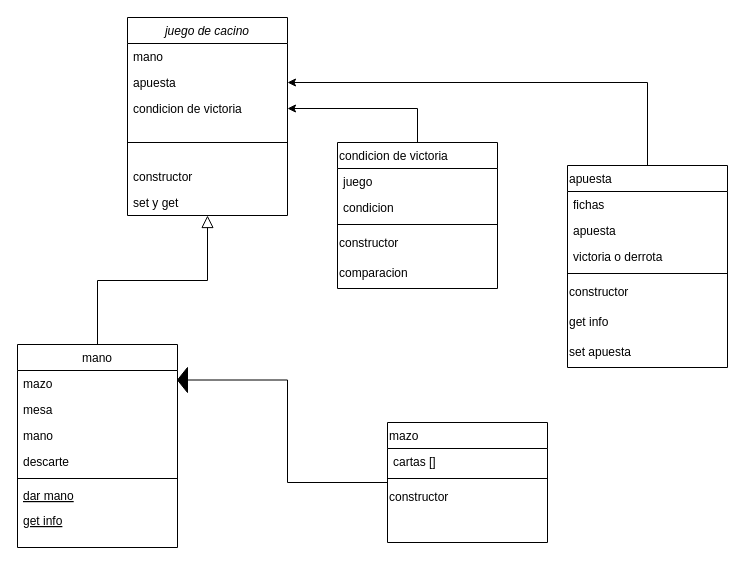
andres-coda/ejercicio_1 keeps this draw.io diagram as src/Diagrama sin título.drawio. Above is the earlier version. Source tidied: cells renumbered, new cells numbered last; positions are measured from the earlier drawing's top-left corner, leaving out a move shared by most shapes. Both pictures are drawn from the tidied source at 100%, with x=0, y=0 at pixel (17, 17).
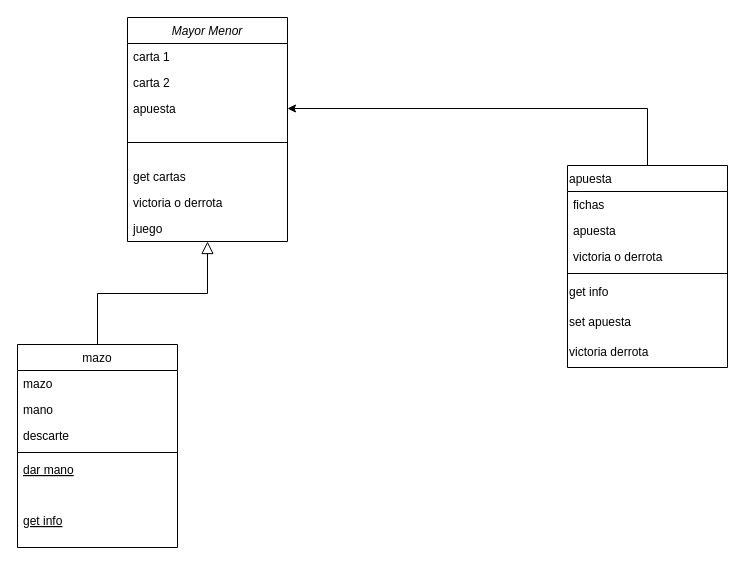
After the change.

Unchanged cells that the change refers to:
```xml
<mxCell id="25" value="apuesta" style="swimlane;fontStyle=0;align=left;verticalAlign=top;horizontal=1;startSize=26;rounded=0;shadow=0;strokeWidth=1;" parent="1" vertex="1">
  <mxGeometry x="550" y="148" width="160" height="202" as="geometry" />
</mxCell>
```

Change to the diagram source:
```diff
@@
-    <mxCell id="2" value="juego de cacino" style="swimlane;fontStyle=2;align=center;verticalAlign=top;horizontal=1;startSize=26;rounded=0;shadow=0;strokeWidth=1;" parent="1" vertex="1">
-      <mxGeometry x="110" width="160" height="198" as="geometry" />
+    <mxCell id="2" value="Mayor Menor" style="swimlane;fontStyle=2;align=center;verticalAlign=top;horizontal=1;startSize=26;rounded=0;shadow=0;strokeWidth=1;" parent="1" vertex="1">
+      <mxGeometry x="110" width="160" height="224" as="geometry" />
     </mxCell>
-    <mxCell id="3" value="mano" style="text;align=left;verticalAlign=top;spacingLeft=4;spacingRight=4;overflow=hidden;rounded=0;shadow=0;html=0;" parent="2" vertex="1">
+    <mxCell id="3" value="carta 1" style="text;align=left;verticalAlign=top;spacingLeft=4;spacingRight=4;overflow=hidden;rounded=0;shadow=0;html=0;" parent="2" vertex="1">
       <mxGeometry y="26" width="160" height="26" as="geometry" />
     </mxCell>
-    <mxCell id="4" value="apuesta" style="text;align=left;verticalAlign=top;spacingLeft=4;spacingRight=4;overflow=hidden;points=[[0,0.5],[1,0.5]];portConstraint=eastwest;rounded=0;shadow=0;html=0;" parent="2" vertex="1">
+    <mxCell id="4" value="carta 2" style="text;align=left;verticalAlign=top;spacingLeft=4;spacingRight=4;overflow=hidden;points=[[0,0.5],[1,0.5]];portConstraint=eastwest;rounded=0;shadow=0;html=0;" parent="2" vertex="1">
       <mxGeometry y="52" width="160" height="26" as="geometry" />
     </mxCell>
-    <mxCell id="5" value="condicion de victoria" style="text;align=left;verticalAlign=top;spacingLeft=4;spacingRight=4;overflow=hidden;points=[[0,0.5],[1,0.5]];portConstraint=eastwest;rounded=0;shadow=0;html=0;" parent="2" vertex="1">
+    <mxCell id="5" value="apuesta" style="text;align=left;verticalAlign=top;spacingLeft=4;spacingRight=4;overflow=hidden;points=[[0,0.5],[1,0.5]];portConstraint=eastwest;rounded=0;shadow=0;html=0;" parent="2" vertex="1">
       <mxGeometry y="78" width="160" height="26" as="geometry" />
     </mxCell>
@@
+    <mxCell id="40" value="get cartas" style="text;align=left;verticalAlign=top;spacingLeft=4;spacingRight=4;overflow=hidden;" parent="2" vertex="1">
+      <mxGeometry y="146" width="160" height="26" as="geometry" />
+    </mxCell>
-    <mxCell id="7" value="constructor&#10;" style="text;align=left;verticalAlign=top;spacingLeft=4;spacingRight=4;overflow=hidden;" parent="2" vertex="1">
-      <mxGeometry y="146" width="160" height="26" as="geometry" />
+    <mxCell id="7" value="victoria o derrota" style="text;align=left;verticalAlign=top;spacingLeft=4;spacingRight=4;overflow=hidden;" parent="2" vertex="1">
+      <mxGeometry y="172" width="160" height="26" as="geometry" />
     </mxCell>
-    <mxCell id="8" value="set y get" style="text;align=left;verticalAlign=top;spacingLeft=4;spacingRight=4;overflow=hidden;" parent="2" vertex="1">
-      <mxGeometry y="172" width="160" height="26" as="geometry" />
+    <mxCell id="8" value="juego" style="text;align=left;verticalAlign=top;spacingLeft=4;spacingRight=4;overflow=hidden;" parent="2" vertex="1">
+      <mxGeometry y="198" width="160" height="26" as="geometry" />
     </mxCell>
-    <mxCell id="9" value="mano" style="swimlane;fontStyle=0;align=center;verticalAlign=top;horizontal=1;startSize=26;rounded=0;shadow=0;strokeWidth=1;" parent="1" vertex="1">
+    <mxCell id="9" value="mazo" style="swimlane;fontStyle=0;align=center;verticalAlign=top;horizontal=1;startSize=26;rounded=0;shadow=0;strokeWidth=1;" parent="1" vertex="1">
       <mxGeometry y="327" width="160" height="203" as="geometry" />
     </mxCell>
@@
-    <mxCell id="11" value="mesa" style="text;align=left;verticalAlign=top;spacingLeft=4;spacingRight=4;overflow=hidden;rounded=0;shadow=0;html=0;" parent="9" vertex="1">
-      <mxGeometry y="52" width="160" height="26" as="geometry" />
-    </mxCell>
     <mxCell id="12" value="mano" style="text;align=left;verticalAlign=top;spacingLeft=4;spacingRight=4;overflow=hidden;rounded=0;shadow=0;html=0;" parent="9" vertex="1">
-      <mxGeometry y="78" width="160" height="26" as="geometry" />
+      <mxGeometry y="52" width="160" height="26" as="geometry" />
     </mxCell>
     <mxCell id="13" value="descarte" style="text;align=left;verticalAlign=top;spacingLeft=4;spacingRight=4;overflow=hidden;rounded=0;shadow=0;html=0;" parent="9" vertex="1">
-      <mxGeometry y="104" width="160" height="26" as="geometry" />
+      <mxGeometry y="78" width="160" height="26" as="geometry" />
     </mxCell>
     <mxCell id="14" style="line;html=1;strokeWidth=1;align=left;verticalAlign=middle;spacingTop=-1;spacingLeft=3;spacingRight=3;labelPosition=right;" parent="9" vertex="1">
-      <mxGeometry y="130" width="160" height="8" as="geometry" />
+      <mxGeometry y="104" width="160" height="8" as="geometry" />
     </mxCell>
     <mxCell id="15" value="dar mano" style="text;align=left;verticalAlign=top;spacingLeft=4;spacingRight=4;overflow=hidden;fontStyle=4;" parent="9" vertex="1">
-      <mxGeometry y="138" width="160" height="26" as="geometry" />
+      <mxGeometry y="112" width="160" height="26" as="geometry" />
     </mxCell>
@@
-    <mxCell id="17" value="mazo" style="swimlane;fontStyle=0;align=left;verticalAlign=top;horizontal=1;startSize=26;rounded=0;shadow=0;strokeWidth=1;" parent="1" vertex="1">
-      <mxGeometry x="370" y="405" width="160" height="120" as="geometry" />
-    </mxCell>
-    <mxCell id="18" value="cartas []" style="text;align=left;verticalAlign=top;spacingLeft=4;spacingRight=4;overflow=hidden;" parent="17" vertex="1">
-      <mxGeometry y="26" width="160" height="26" as="geometry" />
-    </mxCell>
-    <mxCell id="19" style="line;html=1;strokeWidth=1;align=left;verticalAlign=middle;spacingTop=-1;spacingLeft=3;spacingRight=3;labelPosition=right;" parent="17" vertex="1">
-      <mxGeometry y="52" width="160" height="8" as="geometry" />
-    </mxCell>
-    <mxCell id="20" value="constructor" style="text;html=1;strokeColor=none;fillColor=none;align=left;verticalAlign=middle;whiteSpace=wrap;rounded=0;" parent="17" vertex="1">
-      <mxGeometry y="60" width="160" height="30" as="geometry" />
-    </mxCell>
@@
-    <mxCell id="22" style="edgeStyle=orthogonalEdgeStyle;rounded=0;jettySize=auto;html=1;endArrow=none;entryX=0;entryY=0.5;entryDx=0;entryDy=0;" parent="1" edge="1" source="17" target="23">
-      <mxGeometry relative="1" as="geometry" />
-    </mxCell>
-    <mxCell id="23" style="triangle;whiteSpace=wrap;html=1;direction=west;fontColor=#000000;labelBackgroundColor=#000000;fillColor=#000000;" parent="1" vertex="1">
-      <mxGeometry x="160" y="350" width="10" height="25" as="geometry" />
-    </mxCell>
-    <mxCell id="24" style="edgeStyle=orthogonalEdgeStyle;rounded=0;jettySize=auto;html=1;entryX=1;entryY=0.5;entryDx=0;entryDy=0;" parent="1" edge="1" source="25" target="4">
+    <mxCell id="24" style="edgeStyle=orthogonalEdgeStyle;rounded=0;jettySize=auto;html=1;entryX=1;entryY=0.5;entryDx=0;entryDy=0;" parent="1" edge="1" source="25" target="5">
       <mxGeometry relative="1" as="geometry" />
     </mxCell>
@@
-    <mxCell id="30" value="constructor" style="text;html=1;strokeColor=none;fillColor=none;align=left;verticalAlign=middle;whiteSpace=wrap;rounded=0;" parent="25" vertex="1">
-      <mxGeometry y="112" width="160" height="30" as="geometry" />
-    </mxCell>
     <mxCell id="31" value="get info" style="text;html=1;strokeColor=none;fillColor=none;align=left;verticalAlign=middle;whiteSpace=wrap;rounded=0;" parent="25" vertex="1">
-      <mxGeometry y="142" width="160" height="30" as="geometry" />
+      <mxGeometry y="112" width="160" height="30" as="geometry" />
     </mxCell>
     <mxCell id="32" value="set apuesta" style="text;html=1;strokeColor=none;fillColor=none;align=left;verticalAlign=middle;whiteSpace=wrap;rounded=0;" parent="25" vertex="1">
-      <mxGeometry y="172" width="160" height="30" as="geometry" />
+      <mxGeometry y="142" width="160" height="30" as="geometry" />
     </mxCell>
-    <mxCell id="33" style="edgeStyle=orthogonalEdgeStyle;rounded=0;jettySize=auto;html=1;entryX=1;entryY=0.5;entryDx=0;entryDy=0;" parent="1" edge="1" source="34" target="5">
-      <mxGeometry relative="1" as="geometry" />
-    </mxCell>
-    <mxCell id="34" value="condicion de victoria" style="swimlane;fontStyle=0;align=left;verticalAlign=top;horizontal=1;startSize=26;rounded=0;shadow=0;strokeWidth=1;" parent="1" vertex="1">
-      <mxGeometry x="320" y="125" width="160" height="146" as="geometry" />
-    </mxCell>
-    <mxCell id="35" value="juego" style="text;align=left;verticalAlign=top;spacingLeft=4;spacingRight=4;overflow=hidden;" parent="34" vertex="1">
-      <mxGeometry y="26" width="160" height="26" as="geometry" />
-    </mxCell>
-    <mxCell id="36" value="condicion" style="text;align=left;verticalAlign=top;spacingLeft=4;spacingRight=4;overflow=hidden;" parent="34" vertex="1">
-      <mxGeometry y="52" width="160" height="26" as="geometry" />
-    </mxCell>
-    <mxCell id="37" style="line;html=1;strokeWidth=1;align=left;verticalAlign=middle;spacingTop=-1;spacingLeft=3;spacingRight=3;labelPosition=right;" parent="34" vertex="1">
-      <mxGeometry y="78" width="160" height="8" as="geometry" />
-    </mxCell>
-    <mxCell id="38" value="constructor" style="text;html=1;strokeColor=none;fillColor=none;align=left;verticalAlign=middle;whiteSpace=wrap;rounded=0;" parent="34" vertex="1">
-      <mxGeometry y="86" width="160" height="30" as="geometry" />
-    </mxCell>
-    <mxCell id="39" value="comparacion" style="text;html=1;strokeColor=none;fillColor=none;align=left;verticalAlign=middle;whiteSpace=wrap;rounded=0;" parent="34" vertex="1">
-      <mxGeometry y="116" width="160" height="30" as="geometry" />
-    </mxCell>
+    <mxCell id="41" value="victoria derrota" style="text;html=1;strokeColor=none;fillColor=none;align=left;verticalAlign=middle;whiteSpace=wrap;rounded=0;" parent="25" vertex="1">
+      <mxGeometry y="172" width="160" height="30" as="geometry" />
+    </mxCell>
```
